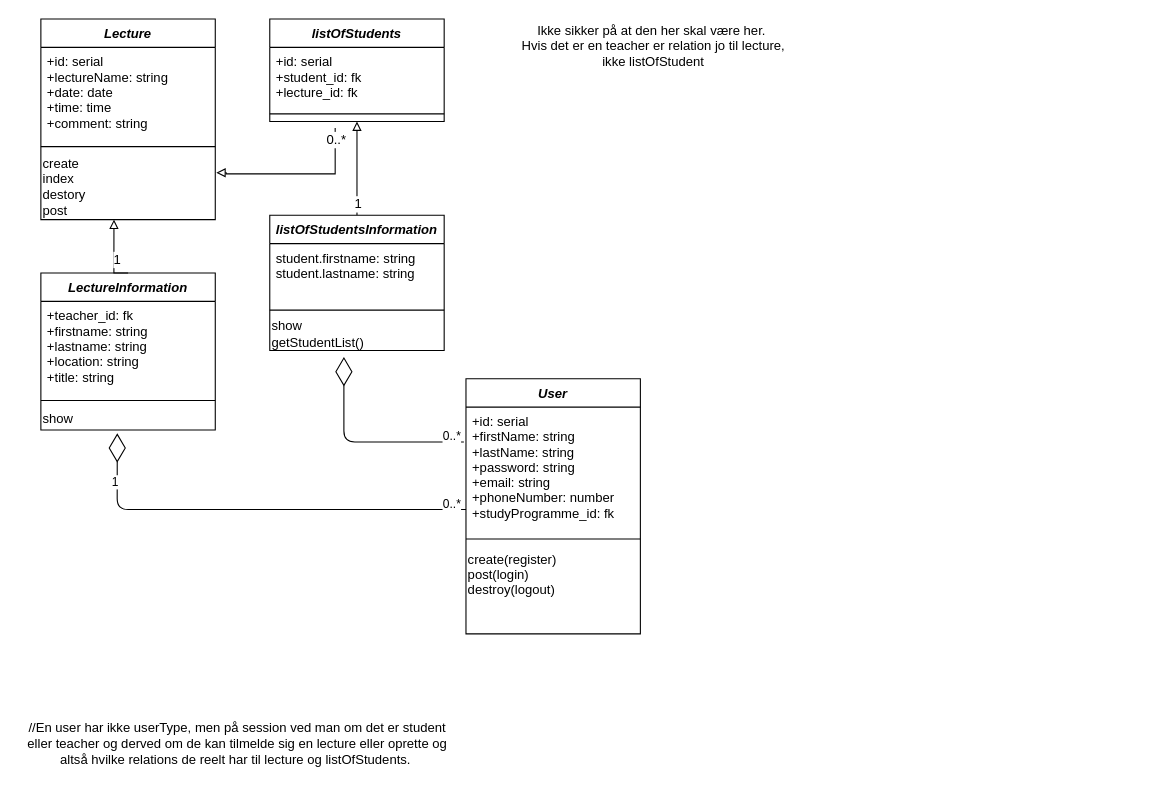
Earlier version of the draw.io diagram public/Andet/Class diagram.drawio (ChrisMJAndre/GruppeProjekt-2). Source tidied: cells renumbered, new cells numbered last; positions are measured from the earlier drawing's top-left corner, leaving out a move shared by most shapes. Both pictures are drawn from the tidied source at 109%, with x=0, y=0 at pixel (19, 19).
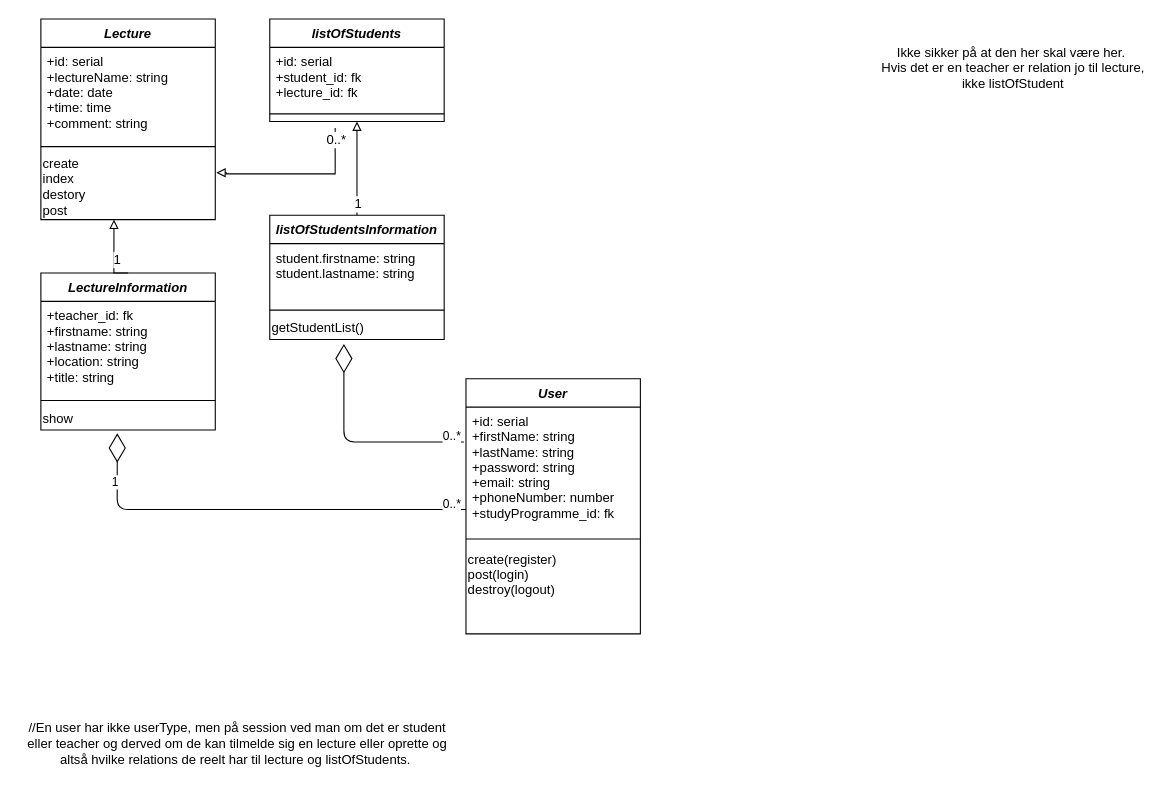
Above is the later version.

The edit, as a diff of the source:
```diff
@@
     <mxCell id="9" value="Ikke sikker på at den her skal være her.&lt;br&gt;&amp;nbsp;Hvis det er en teacher er relation jo til lecture,&lt;br&gt;&amp;nbsp;ikke listOfStudent" style="text;html=1;align=center;verticalAlign=middle;" parent="1" vertex="1">
-      <mxGeometry x="450" width="260" height="50" as="geometry" />
+      <mxGeometry x="780" y="20" width="260" height="50" as="geometry" />
     </mxCell>
@@
     <mxCell id="19" value="listOfStudentsInformation" style="swimlane;fontStyle=3;align=center;verticalAlign=top;horizontal=1;startSize=26;" parent="1" vertex="1">
-      <mxGeometry x="230" y="180" width="160" height="124" as="geometry" />
+      <mxGeometry x="230" y="180" width="160" height="114" as="geometry" />
     </mxCell>
@@
-    <mxCell id="22" value="&lt;div&gt;show&lt;/div&gt;&lt;div&gt;getStudentList()&lt;/div&gt;" style="text;html=1;align=left;verticalAlign=middle;points=[];" parent="19" vertex="1">
-      <mxGeometry y="94" width="160" height="30" as="geometry" />
+    <mxCell id="22" value="&lt;div&gt;&lt;span&gt;getStudentList()&lt;/span&gt;&lt;br&gt;&lt;/div&gt;" style="text;html=1;align=left;verticalAlign=middle;points=[];" parent="19" vertex="1">
+      <mxGeometry y="94" width="160" height="20" as="geometry" />
     </mxCell>
```
